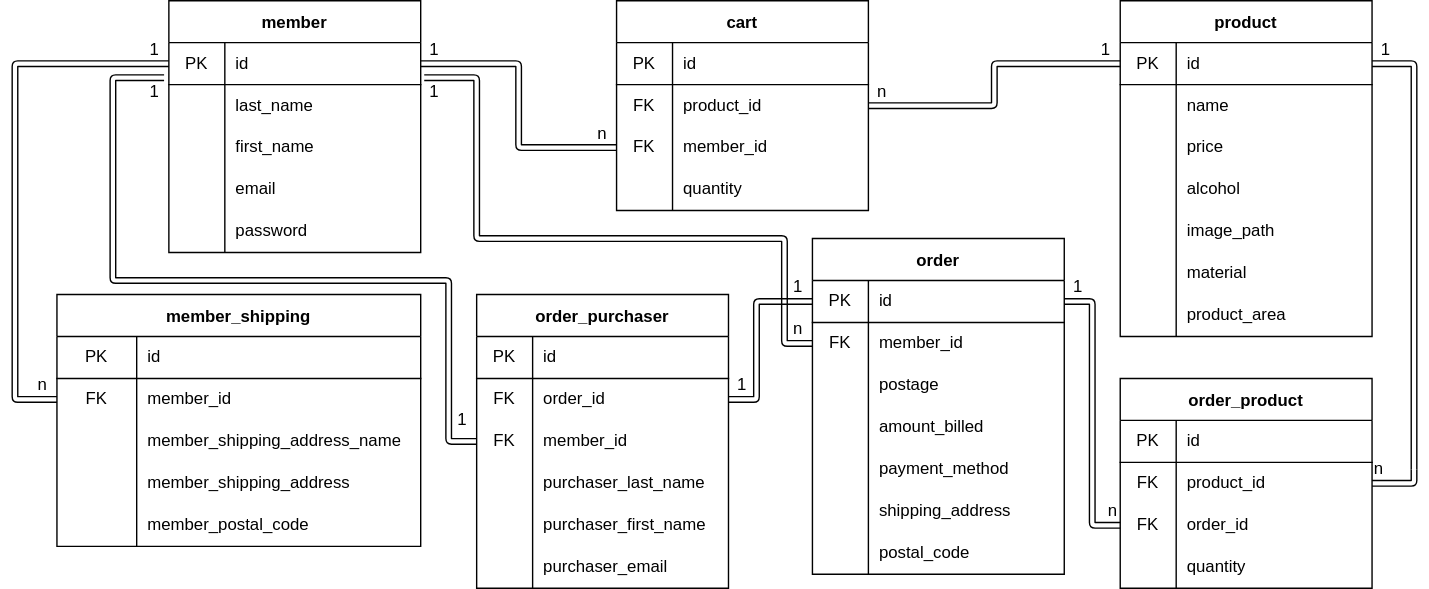
Earlier version of the draw.io export ecapp.drawio.svg (shunjuio/ec_app_nomura). Source tidied: cells renumbered, new cells last; positions are measured from the earlier drawing's top-left corner, leaving out a move shared by most shapes.
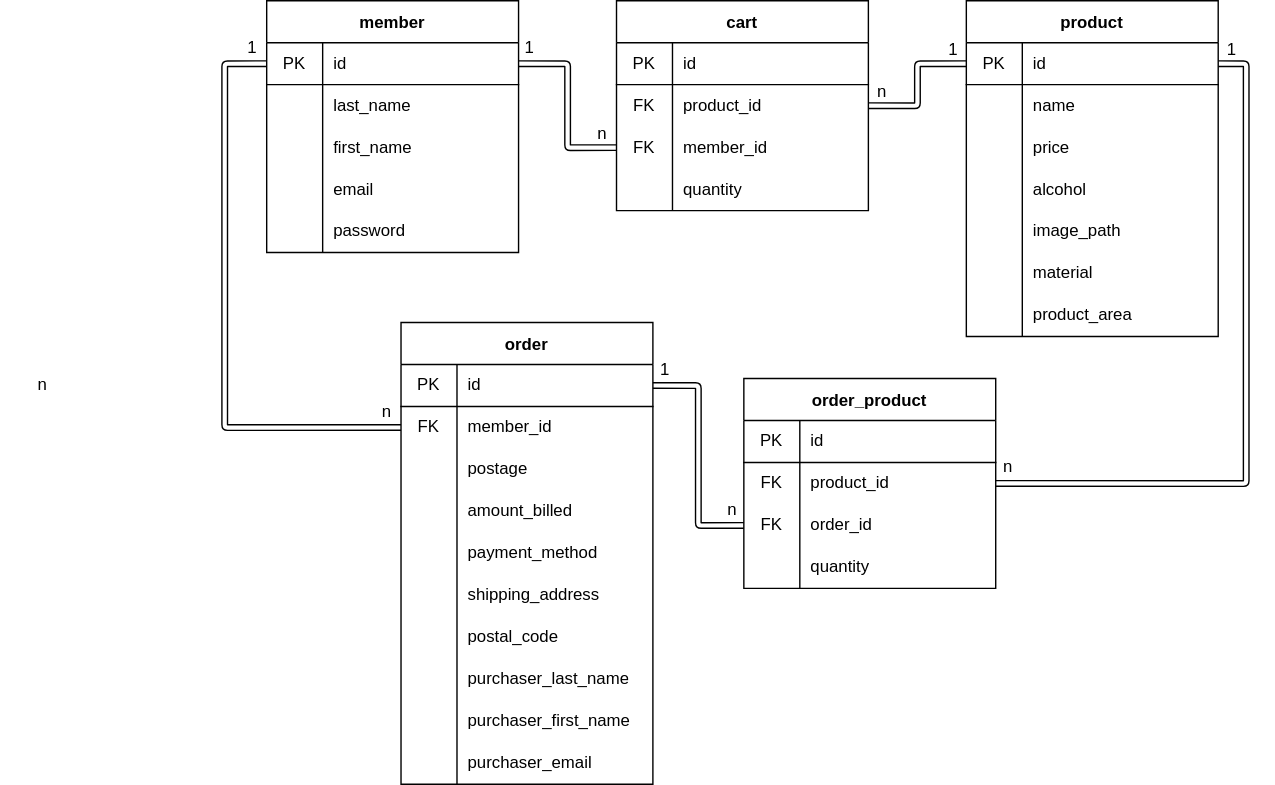
The same diagram one commit later.

Diff of the diagram source:
```diff
@@ -5,3 +5,3 @@
     <mxCell id="2" value="member" style="shape=table;startSize=30;rowLines=0;fontStyle=1;align=center;" parent="1" vertex="1">
-      <mxGeometry x="120" width="180" height="180" as="geometry" />
+      <mxGeometry x="190" width="180" height="180" as="geometry" />
     </mxCell>
@@ -92,3 +92,3 @@
     <mxCell id="31" value="product" style="shape=table;startSize=30;rowLines=0;fontStyle=1;align=center;" parent="1" vertex="1">
-      <mxGeometry x="800" width="180" height="240" as="geometry" />
+      <mxGeometry x="690" width="180" height="240" as="geometry" />
     </mxCell>
@@ -157,52 +157,4 @@
     </mxCell>
-    <mxCell id="53" value="member_shipping" style="shape=table;startSize=30;rowLines=0;fontStyle=1;align=center;" parent="1" vertex="1">
-      <mxGeometry x="40" y="210" width="260" height="180" as="geometry" />
-    </mxCell>
-    <mxCell id="54" style="shape=partialRectangle;html=1;whiteSpace=wrap;fillColor=none;top=0;left=0;bottom=1;right=0;" parent="53" vertex="1">
-      <mxGeometry y="30" width="260" height="30" as="geometry" />
-    </mxCell>
-    <mxCell id="55" value="PK" style="shape=partialRectangle;html=1;whiteSpace=wrap;fillColor=none;top=0;left=0;bottom=0;right=0;overflow=hidden;" parent="54" vertex="1">
-      <mxGeometry width="57" height="30" as="geometry" />
-    </mxCell>
-    <mxCell id="56" value="id" style="shape=partialRectangle;html=1;whiteSpace=wrap;fillColor=none;top=0;left=0;bottom=0;right=0;align=left;spacingLeft=6;overflow=hidden;" parent="54" vertex="1">
-      <mxGeometry x="57" width="203" height="30" as="geometry" />
-    </mxCell>
-    <mxCell id="57" style="shape=partialRectangle;html=1;whiteSpace=wrap;fillColor=none;top=0;left=0;bottom=0;right=0;points=[[0,0.5],[1,0.5]];portConstraint=eastwest;" parent="53" vertex="1">
-      <mxGeometry y="60" width="260" height="30" as="geometry" />
-    </mxCell>
-    <mxCell id="58" value="FK" style="shape=partialRectangle;html=1;whiteSpace=wrap;fillColor=none;top=0;left=0;bottom=0;right=0;overflow=hidden;" parent="57" vertex="1">
-      <mxGeometry width="57" height="30" as="geometry" />
-    </mxCell>
-    <mxCell id="59" value="member_id" style="shape=partialRectangle;html=1;whiteSpace=wrap;fillColor=none;top=0;left=0;bottom=0;right=0;align=left;spacingLeft=6;overflow=hidden;" parent="57" vertex="1">
-      <mxGeometry x="57" width="203" height="30" as="geometry" />
-    </mxCell>
-    <mxCell id="60" style="shape=partialRectangle;html=1;whiteSpace=wrap;fillColor=none;top=0;left=0;bottom=0;right=0;" parent="53" vertex="1">
-      <mxGeometry y="90" width="260" height="30" as="geometry" />
-    </mxCell>
-    <mxCell id="61" style="shape=partialRectangle;html=1;whiteSpace=wrap;fillColor=none;top=0;left=0;bottom=0;right=0;overflow=hidden;" parent="60" vertex="1">
-      <mxGeometry width="57" height="30" as="geometry" />
-    </mxCell>
-    <mxCell id="62" value="member_shipping_address_name" style="shape=partialRectangle;html=1;whiteSpace=wrap;fillColor=none;top=0;left=0;bottom=0;right=0;align=left;spacingLeft=6;overflow=hidden;" parent="60" vertex="1">
-      <mxGeometry x="57" width="203" height="30" as="geometry" />
-    </mxCell>
-    <mxCell id="63" style="shape=partialRectangle;html=1;whiteSpace=wrap;fillColor=none;top=0;left=0;bottom=0;right=0;" parent="53" vertex="1">
-      <mxGeometry y="120" width="260" height="30" as="geometry" />
-    </mxCell>
-    <mxCell id="64" style="shape=partialRectangle;html=1;whiteSpace=wrap;fillColor=none;top=0;left=0;bottom=0;right=0;overflow=hidden;" parent="63" vertex="1">
-      <mxGeometry width="57" height="30" as="geometry" />
-    </mxCell>
-    <mxCell id="65" value="member_shipping_address" style="shape=partialRectangle;html=1;whiteSpace=wrap;fillColor=none;top=0;left=0;bottom=0;right=0;align=left;spacingLeft=6;overflow=hidden;" parent="63" vertex="1">
-      <mxGeometry x="57" width="203" height="30" as="geometry" />
-    </mxCell>
-    <mxCell id="66" style="shape=partialRectangle;html=1;whiteSpace=wrap;fillColor=none;top=0;left=0;bottom=0;right=0;" parent="53" vertex="1">
-      <mxGeometry y="150" width="260" height="30" as="geometry" />
-    </mxCell>
-    <mxCell id="67" style="shape=partialRectangle;html=1;whiteSpace=wrap;fillColor=none;top=0;left=0;bottom=0;right=0;overflow=hidden;" parent="66" vertex="1">
-      <mxGeometry width="57" height="30" as="geometry" />
-    </mxCell>
-    <mxCell id="68" value="member_postal_code" style="shape=partialRectangle;html=1;whiteSpace=wrap;fillColor=none;top=0;left=0;bottom=0;right=0;align=left;spacingLeft=6;overflow=hidden;" parent="66" vertex="1">
-      <mxGeometry x="57" width="203" height="30" as="geometry" />
-    </mxCell>
     <mxCell id="69" value="order" style="shape=table;startSize=30;rowLines=0;fontStyle=1;align=center;" parent="1" vertex="1">
-      <mxGeometry x="580" y="170" width="180" height="240" as="geometry" />
+      <mxGeometry x="286" y="230" width="180" height="330" as="geometry" />
     </mxCell>
@@ -271,57 +223,27 @@
     </mxCell>
-    <mxCell id="91" value="order_purchaser" style="shape=table;startSize=30;rowLines=0;fontStyle=1;align=center;" parent="1" vertex="1">
-      <mxGeometry x="340" y="210" width="180" height="210" as="geometry" />
-    </mxCell>
-    <mxCell id="92" style="shape=partialRectangle;html=1;whiteSpace=wrap;fillColor=none;top=0;left=0;bottom=1;right=0;" parent="91" vertex="1">
-      <mxGeometry y="30" width="180" height="30" as="geometry" />
-    </mxCell>
-    <mxCell id="93" value="PK" style="shape=partialRectangle;html=1;whiteSpace=wrap;fillColor=none;top=0;left=0;bottom=0;right=0;overflow=hidden;" parent="92" vertex="1">
-      <mxGeometry width="40" height="30" as="geometry" />
-    </mxCell>
-    <mxCell id="94" value="id" style="shape=partialRectangle;html=1;whiteSpace=wrap;fillColor=none;top=0;left=0;bottom=0;right=0;align=left;spacingLeft=6;overflow=hidden;" parent="92" vertex="1">
-      <mxGeometry x="40" width="140" height="30" as="geometry" />
-    </mxCell>
-    <mxCell id="95" style="shape=partialRectangle;html=1;whiteSpace=wrap;fillColor=none;top=0;left=0;bottom=0;right=0;points=[[0,0.5],[1,0.5]];portConstraint=eastwest;" parent="91" vertex="1">
-      <mxGeometry y="60" width="180" height="30" as="geometry" />
-    </mxCell>
-    <mxCell id="96" value="FK" style="shape=partialRectangle;html=1;whiteSpace=wrap;fillColor=none;top=0;left=0;bottom=0;right=0;overflow=hidden;" parent="95" vertex="1">
-      <mxGeometry width="40" height="30" as="geometry" />
-    </mxCell>
-    <mxCell id="97" value="order_id" style="shape=partialRectangle;html=1;whiteSpace=wrap;fillColor=none;top=0;left=0;bottom=0;right=0;align=left;spacingLeft=6;overflow=hidden;" parent="95" vertex="1">
-      <mxGeometry x="40" width="140" height="30" as="geometry" />
-    </mxCell>
-    <mxCell id="98" style="shape=partialRectangle;html=1;whiteSpace=wrap;fillColor=none;top=0;left=0;bottom=0;right=0;points=[[0,0.5],[1,0.5]];portConstraint=eastwest;" parent="91" vertex="1">
-      <mxGeometry y="90" width="180" height="30" as="geometry" />
-    </mxCell>
-    <mxCell id="99" value="FK" style="shape=partialRectangle;html=1;whiteSpace=wrap;fillColor=none;top=0;left=0;bottom=0;right=0;overflow=hidden;" parent="98" vertex="1">
-      <mxGeometry width="40" height="30" as="geometry" />
-    </mxCell>
-    <mxCell id="100" value="member_id" style="shape=partialRectangle;html=1;whiteSpace=wrap;fillColor=none;top=0;left=0;bottom=0;right=0;align=left;spacingLeft=6;overflow=hidden;" parent="98" vertex="1">
-      <mxGeometry x="40" width="140" height="30" as="geometry" />
-    </mxCell>
-    <mxCell id="101" style="shape=partialRectangle;html=1;whiteSpace=wrap;fillColor=none;top=0;left=0;bottom=0;right=0;" parent="91" vertex="1">
-      <mxGeometry y="120" width="180" height="30" as="geometry" />
-    </mxCell>
-    <mxCell id="102" style="shape=partialRectangle;html=1;whiteSpace=wrap;fillColor=none;top=0;left=0;bottom=0;right=0;overflow=hidden;" parent="101" vertex="1">
-      <mxGeometry width="40" height="30" as="geometry" />
-    </mxCell>
+    <mxCell id="148" style="shape=partialRectangle;html=1;whiteSpace=wrap;fillColor=none;top=0;left=0;bottom=0;right=0;" parent="69" vertex="1">
+      <mxGeometry y="240" width="180" height="30" as="geometry" />
+    </mxCell>
+    <mxCell id="149" style="shape=partialRectangle;html=1;whiteSpace=wrap;fillColor=none;top=0;left=0;bottom=0;right=0;overflow=hidden;" parent="148" vertex="1">
+      <mxGeometry width="40" height="30" as="geometry" />
+    </mxCell>
-    <mxCell id="103" value="purchaser_last_name" style="shape=partialRectangle;html=1;whiteSpace=wrap;fillColor=none;top=0;left=0;bottom=0;right=0;align=left;spacingLeft=6;overflow=hidden;" parent="101" vertex="1">
+    <mxCell id="103" value="purchaser_last_name" style="shape=partialRectangle;html=1;whiteSpace=wrap;fillColor=none;top=0;left=0;bottom=0;right=0;align=left;spacingLeft=6;overflow=hidden;" parent="148" vertex="1">
       <mxGeometry x="40" width="140" height="30" as="geometry" />
     </mxCell>
-    <mxCell id="104" style="shape=partialRectangle;html=1;whiteSpace=wrap;fillColor=none;top=0;left=0;bottom=0;right=0;" parent="91" vertex="1">
-      <mxGeometry y="150" width="180" height="30" as="geometry" />
-    </mxCell>
-    <mxCell id="105" style="shape=partialRectangle;html=1;whiteSpace=wrap;fillColor=none;top=0;left=0;bottom=0;right=0;overflow=hidden;" parent="104" vertex="1">
-      <mxGeometry width="40" height="30" as="geometry" />
-    </mxCell>
+    <mxCell id="150" style="shape=partialRectangle;html=1;whiteSpace=wrap;fillColor=none;top=0;left=0;bottom=0;right=0;" parent="69" vertex="1">
+      <mxGeometry y="270" width="180" height="30" as="geometry" />
+    </mxCell>
+    <mxCell id="151" style="shape=partialRectangle;html=1;whiteSpace=wrap;fillColor=none;top=0;left=0;bottom=0;right=0;overflow=hidden;" parent="150" vertex="1">
+      <mxGeometry width="40" height="30" as="geometry" />
+    </mxCell>
-    <mxCell id="106" value="purchaser_first_name" style="shape=partialRectangle;html=1;whiteSpace=wrap;fillColor=none;top=0;left=0;bottom=0;right=0;align=left;spacingLeft=6;overflow=hidden;" parent="104" vertex="1">
+    <mxCell id="106" value="purchaser_first_name" style="shape=partialRectangle;html=1;whiteSpace=wrap;fillColor=none;top=0;left=0;bottom=0;right=0;align=left;spacingLeft=6;overflow=hidden;" parent="150" vertex="1">
       <mxGeometry x="40" width="140" height="30" as="geometry" />
     </mxCell>
-    <mxCell id="107" style="shape=partialRectangle;html=1;whiteSpace=wrap;fillColor=none;top=0;left=0;bottom=0;right=0;" parent="91" vertex="1">
-      <mxGeometry y="180" width="180" height="30" as="geometry" />
-    </mxCell>
-    <mxCell id="108" style="shape=partialRectangle;html=1;whiteSpace=wrap;fillColor=none;top=0;left=0;bottom=0;right=0;overflow=hidden;" parent="107" vertex="1">
-      <mxGeometry width="40" height="30" as="geometry" />
-    </mxCell>
+    <mxCell id="152" style="shape=partialRectangle;html=1;whiteSpace=wrap;fillColor=none;top=0;left=0;bottom=0;right=0;" parent="69" vertex="1">
+      <mxGeometry y="300" width="180" height="30" as="geometry" />
+    </mxCell>
+    <mxCell id="153" style="shape=partialRectangle;html=1;whiteSpace=wrap;fillColor=none;top=0;left=0;bottom=0;right=0;overflow=hidden;" parent="152" vertex="1">
+      <mxGeometry width="40" height="30" as="geometry" />
+    </mxCell>
-    <mxCell id="109" value="purchaser_email" style="shape=partialRectangle;html=1;whiteSpace=wrap;fillColor=none;top=0;left=0;bottom=0;right=0;align=left;spacingLeft=6;overflow=hidden;" parent="107" vertex="1">
+    <mxCell id="109" value="purchaser_email" style="shape=partialRectangle;html=1;whiteSpace=wrap;fillColor=none;top=0;left=0;bottom=0;right=0;align=left;spacingLeft=6;overflow=hidden;" parent="152" vertex="1">
       <mxGeometry x="40" width="140" height="30" as="geometry" />
@@ -329,3 +251,3 @@
     <mxCell id="110" value="order_product" style="shape=table;startSize=30;rowLines=0;fontStyle=1;align=center;" parent="1" vertex="1">
-      <mxGeometry x="800" y="270" width="180" height="150" as="geometry" />
+      <mxGeometry x="531" y="270" width="180" height="150" as="geometry" />
     </mxCell>
@@ -371,3 +293,3 @@
     <mxCell id="124" value="1" style="text;html=1;strokeColor=none;fillColor=none;align=center;verticalAlign=middle;whiteSpace=wrap;rounded=0;" parent="1" vertex="1">
-      <mxGeometry x="280" y="20" width="60" height="30" as="geometry" />
+      <mxGeometry x="348" y="19" width="60" height="30" as="geometry" />
     </mxCell>
@@ -376,13 +298,2 @@
     </mxCell>
-    <mxCell id="126" style="edgeStyle=orthogonalEdgeStyle;shape=link;html=1;exitX=0;exitY=0.5;exitDx=0;exitDy=0;entryX=0;entryY=0.5;entryDx=0;entryDy=0;" parent="1" edge="1" source="57" target="3">
-      <mxGeometry relative="1" as="geometry">
-        <Array as="points">
-          <mxPoint x="10" y="285" />
-          <mxPoint x="10" y="45" />
-        </Array>
-      </mxGeometry>
-    </mxCell>
-    <mxCell id="127" value="1" style="text;html=1;strokeColor=none;fillColor=none;align=center;verticalAlign=middle;whiteSpace=wrap;rounded=0;" parent="1" vertex="1">
-      <mxGeometry x="80" y="20" width="60" height="30" as="geometry" />
-    </mxCell>
     <mxCell id="128" value="n" style="text;html=1;strokeColor=none;fillColor=none;align=center;verticalAlign=middle;whiteSpace=wrap;rounded=0;" parent="1" vertex="1">
@@ -394,3 +305,3 @@
     <mxCell id="130" value="1" style="text;html=1;strokeColor=none;fillColor=none;align=center;verticalAlign=middle;whiteSpace=wrap;rounded=0;" parent="1" vertex="1">
-      <mxGeometry x="760" y="20" width="60" height="30" as="geometry" />
+      <mxGeometry x="651" y="20" width="60" height="30" as="geometry" />
     </mxCell>
@@ -399,77 +310,39 @@
     </mxCell>
-    <mxCell id="132" style="edgeStyle=orthogonalEdgeStyle;shape=link;html=1;exitX=0;exitY=0.5;exitDx=0;exitDy=0;entryX=1.014;entryY=-0.167;entryDx=0;entryDy=0;entryPerimeter=0;" parent="1" edge="1" source="73" target="6">
-      <mxGeometry relative="1" as="geometry">
-        <Array as="points">
-          <mxPoint x="560" y="245" />
-          <mxPoint x="560" y="170" />
-          <mxPoint x="340" y="170" />
-          <mxPoint x="340" y="55" />
-        </Array>
-      </mxGeometry>
-    </mxCell>
-    <mxCell id="133" style="edgeStyle=orthogonalEdgeStyle;shape=link;html=1;exitX=1;exitY=0.5;exitDx=0;exitDy=0;entryX=1;entryY=0.5;entryDx=0;entryDy=0;startArrow=none;" parent="1" edge="1" source="142" target="32">
-      <mxGeometry relative="1" as="geometry">
-        <Array as="points">
-          <mxPoint x="1010" y="45" />
-        </Array>
-      </mxGeometry>
-    </mxCell>
-    <mxCell id="134" style="edgeStyle=orthogonalEdgeStyle;shape=link;html=1;exitX=1;exitY=0.5;exitDx=0;exitDy=0;entryX=0;entryY=0.5;entryDx=0;entryDy=0;" parent="1" edge="1" source="70" target="117">
-      <mxGeometry relative="1" as="geometry" />
-    </mxCell>
-    <mxCell id="135" style="edgeStyle=orthogonalEdgeStyle;shape=link;html=1;exitX=1;exitY=0.5;exitDx=0;exitDy=0;entryX=0;entryY=0.5;entryDx=0;entryDy=0;" parent="1" edge="1" source="95" target="70">
-      <mxGeometry relative="1" as="geometry">
-        <Array as="points">
-          <mxPoint x="540" y="285" />
-          <mxPoint x="540" y="215" />
-        </Array>
-      </mxGeometry>
-    </mxCell>
-    <mxCell id="136" style="edgeStyle=orthogonalEdgeStyle;shape=link;html=1;exitX=0;exitY=0.5;exitDx=0;exitDy=0;entryX=-0.019;entryY=0.833;entryDx=0;entryDy=0;entryPerimeter=0;" parent="1" edge="1" source="98" target="3">
-      <mxGeometry relative="1" as="geometry">
-        <Array as="points">
-          <mxPoint x="320" y="315" />
-          <mxPoint x="320" y="200" />
-          <mxPoint x="80" y="200" />
-          <mxPoint x="80" y="55" />
-        </Array>
-      </mxGeometry>
-    </mxCell>
-    <mxCell id="137" value="1" style="text;html=1;strokeColor=none;fillColor=none;align=center;verticalAlign=middle;whiteSpace=wrap;rounded=0;" parent="1" vertex="1">
-      <mxGeometry x="740" y="190" width="60" height="30" as="geometry" />
-    </mxCell>
-    <mxCell id="138" value="n" style="text;html=1;strokeColor=none;fillColor=none;align=center;verticalAlign=middle;whiteSpace=wrap;rounded=0;" parent="1" vertex="1">
-      <mxGeometry x="770" y="350" width="50" height="30" as="geometry" />
-    </mxCell>
-    <mxCell id="139" value="1" style="text;html=1;strokeColor=none;fillColor=none;align=center;verticalAlign=middle;whiteSpace=wrap;rounded=0;" parent="1" vertex="1">
-      <mxGeometry x="280" y="50" width="60" height="30" as="geometry" />
-    </mxCell>
-    <mxCell id="140" value="n" style="text;html=1;strokeColor=none;fillColor=none;align=center;verticalAlign=middle;whiteSpace=wrap;rounded=0;" parent="1" vertex="1">
-      <mxGeometry x="540" y="220" width="60" height="30" as="geometry" />
-    </mxCell>
-    <mxCell id="141" value="1" style="text;html=1;strokeColor=none;fillColor=none;align=center;verticalAlign=middle;whiteSpace=wrap;rounded=0;" parent="1" vertex="1">
-      <mxGeometry x="960" y="20" width="60" height="30" as="geometry" />
-    </mxCell>
-    <mxCell id="142" value="&amp;nbsp; n" style="text;html=1;strokeColor=none;fillColor=none;align=center;verticalAlign=middle;whiteSpace=wrap;rounded=0;" parent="1" vertex="1">
-      <mxGeometry x="960" y="320" width="50" height="30" as="geometry" />
-    </mxCell>
-    <mxCell id="143" style="edgeStyle=orthogonalEdgeStyle;shape=link;html=1;exitX=1;exitY=0.5;exitDx=0;exitDy=0;entryX=1;entryY=0.5;entryDx=0;entryDy=0;endArrow=none;" parent="1" edge="1" source="114" target="142">
-      <mxGeometry relative="1" as="geometry">
-        <Array as="points">
-          <mxPoint x="1010" y="345" />
-        </Array>
-      </mxGeometry>
-    </mxCell>
-    <mxCell id="144" value="1" style="text;html=1;strokeColor=none;fillColor=none;align=center;verticalAlign=middle;whiteSpace=wrap;rounded=0;" parent="1" vertex="1">
-      <mxGeometry x="80" y="50" width="60" height="30" as="geometry" />
-    </mxCell>
-    <mxCell id="145" value="1" style="text;html=1;strokeColor=none;fillColor=none;align=center;verticalAlign=middle;whiteSpace=wrap;rounded=0;" parent="1" vertex="1">
-      <mxGeometry x="300" y="285" width="60" height="30" as="geometry" />
-    </mxCell>
-    <mxCell id="146" value="1" style="text;html=1;strokeColor=none;fillColor=none;align=center;verticalAlign=middle;whiteSpace=wrap;rounded=0;" parent="1" vertex="1">
-      <mxGeometry x="500" y="260" width="60" height="30" as="geometry" />
-    </mxCell>
-    <mxCell id="147" value="1" style="text;html=1;strokeColor=none;fillColor=none;align=center;verticalAlign=middle;whiteSpace=wrap;rounded=0;" parent="1" vertex="1">
-      <mxGeometry x="540" y="190" width="60" height="30" as="geometry" />
-    </mxCell>
+    <mxCell id="154" style="edgeStyle=orthogonalEdgeStyle;shape=link;html=1;exitX=1;exitY=0.5;exitDx=0;exitDy=0;entryX=1;entryY=0.5;entryDx=0;entryDy=0;" parent="1" edge="1" source="114" target="32">
+      <mxGeometry relative="1" as="geometry">
+        <Array as="points">
+          <mxPoint x="890" y="345" />
+          <mxPoint x="890" y="45" />
+        </Array>
+      </mxGeometry>
+    </mxCell>
+    <mxCell id="155" value="1" style="text;html=1;strokeColor=none;fillColor=none;align=center;verticalAlign=middle;whiteSpace=wrap;rounded=0;" parent="1" vertex="1">
+      <mxGeometry x="850" y="20" width="60" height="30" as="geometry" />
+    </mxCell>
+    <mxCell id="156" value="n" style="text;html=1;strokeColor=none;fillColor=none;align=center;verticalAlign=middle;whiteSpace=wrap;rounded=0;" parent="1" vertex="1">
+      <mxGeometry x="690" y="318" width="60" height="30" as="geometry" />
+    </mxCell>
+    <mxCell id="157" style="edgeStyle=orthogonalEdgeStyle;shape=link;html=1;exitX=0;exitY=0.5;exitDx=0;exitDy=0;entryX=1;entryY=0.5;entryDx=0;entryDy=0;" parent="1" edge="1" source="117" target="70">
+      <mxGeometry relative="1" as="geometry" />
+    </mxCell>
+    <mxCell id="158" value="1" style="text;html=1;strokeColor=none;fillColor=none;align=center;verticalAlign=middle;whiteSpace=wrap;rounded=0;" parent="1" vertex="1">
+      <mxGeometry x="445" y="249" width="60" height="30" as="geometry" />
+    </mxCell>
+    <mxCell id="159" value="n" style="text;html=1;strokeColor=none;fillColor=none;align=center;verticalAlign=middle;whiteSpace=wrap;rounded=0;" parent="1" vertex="1">
+      <mxGeometry x="493" y="349" width="60" height="30" as="geometry" />
+    </mxCell>
+    <mxCell id="160" style="edgeStyle=orthogonalEdgeStyle;shape=link;html=1;exitX=0;exitY=0.5;exitDx=0;exitDy=0;entryX=0;entryY=0.5;entryDx=0;entryDy=0;" parent="1" edge="1" source="73" target="3">
+      <mxGeometry relative="1" as="geometry">
+        <Array as="points">
+          <mxPoint x="160" y="305" />
+          <mxPoint x="160" y="45" />
+        </Array>
+      </mxGeometry>
+    </mxCell>
+    <mxCell id="161" value="1" style="text;html=1;strokeColor=none;fillColor=none;align=center;verticalAlign=middle;whiteSpace=wrap;rounded=0;" parent="1" vertex="1">
+      <mxGeometry x="150" y="19" width="60" height="30" as="geometry" />
+    </mxCell>
+    <mxCell id="162" value="n" style="text;html=1;strokeColor=none;fillColor=none;align=center;verticalAlign=middle;whiteSpace=wrap;rounded=0;" parent="1" vertex="1">
+      <mxGeometry x="246" y="279" width="60" height="30" as="geometry" />
+    </mxCell>
   </root>
```
